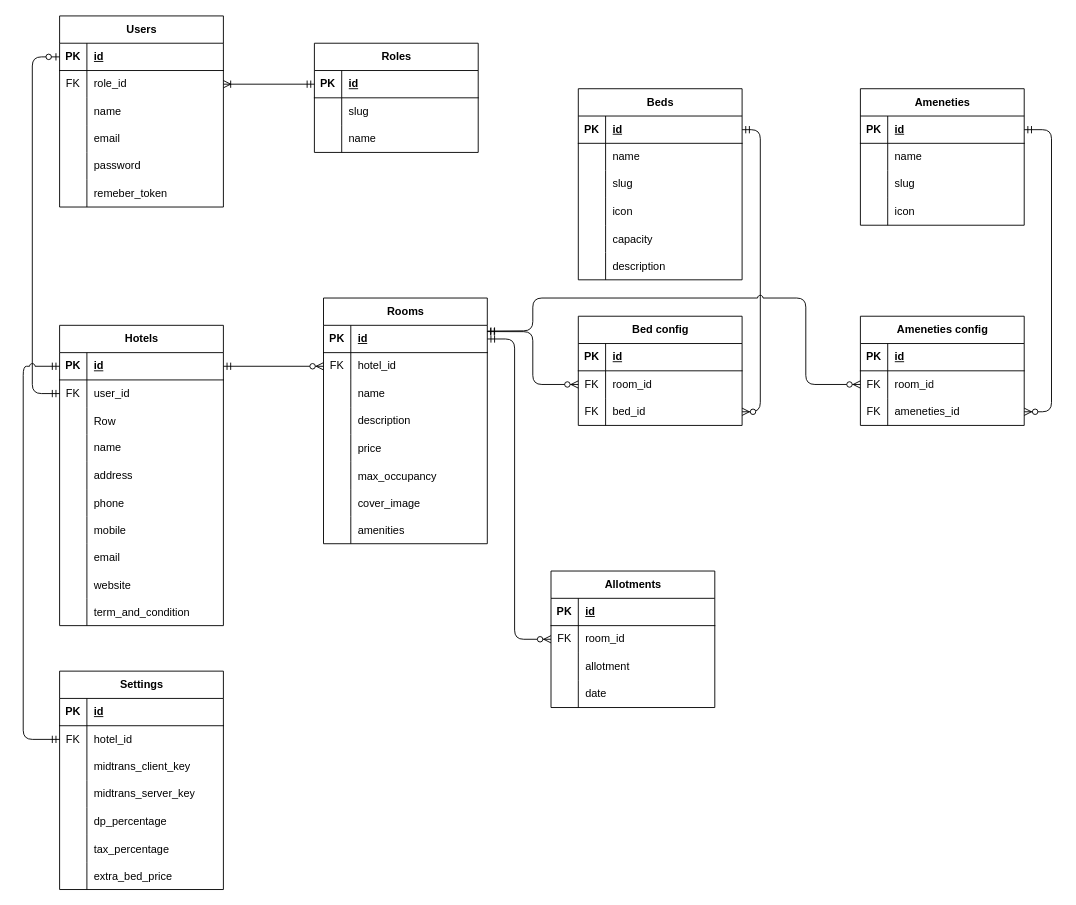
This is diagram.drawio from Hans-Star18/ta-booking-system, a draw.io file, before an edit. Source tidied: cells renumbered, new cells numbered last; positions are measured from the earlier drawing's top-left corner, leaving out a move shared by most shapes. Both pictures are drawn from the tidied source at 91%, with x=0, y=0 at pixel (23, 15).
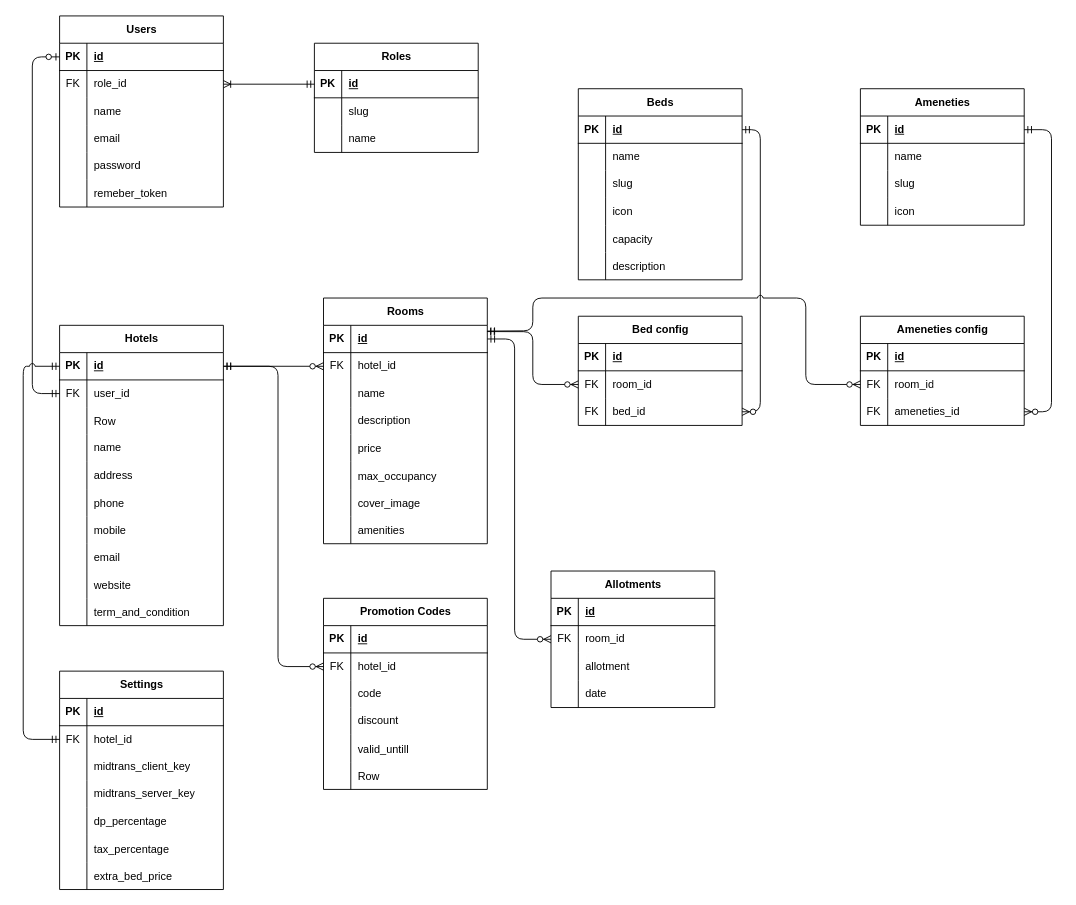
Above is the later version.

Unchanged cells that the change refers to:
```xml
<mxCell id="33" style="shape=tableRow;horizontal=0;startSize=0;swimlaneHead=0;swimlaneBody=0;fillColor=none;points=[[0,0.5],[1,0.5]];portConstraint=eastwest;top=0;left=0;right=0;bottom=1;" parent="32" vertex="1">
  <mxGeometry y="30" width="180" height="30" as="geometry" />
</mxCell>
```

What changed in the source:
```diff
@@
+    <mxCell id="183" value="Promotion Codes" style="shape=table;startSize=30;childLayout=tableLayout;rowLines=0;fontStyle=1;align=center;html=1;" parent="1" vertex="1">
+      <mxGeometry x="330" y="640" width="180" height="210" as="geometry" />
+    </mxCell>
+    <mxCell id="184" style="shape=tableRow;horizontal=0;startSize=0;swimlaneHead=0;swimlaneBody=0;fillColor=none;top=0;left=0;right=0;bottom=1;" parent="183" vertex="1">
+      <mxGeometry y="30" width="180" height="30" as="geometry" />
+    </mxCell>
+    <mxCell id="185" value="PK" style="shape=partialRectangle;fillColor=none;top=0;left=0;bottom=0;right=0;fontStyle=1;overflow=hidden;whiteSpace=wrap;html=1;" parent="184" vertex="1">
+      <mxGeometry width="30" height="30" as="geometry" />
+    </mxCell>
+    <mxCell id="186" value="id" style="shape=partialRectangle;fillColor=none;top=0;left=0;bottom=0;right=0;align=left;spacingLeft=6;fontStyle=5;overflow=hidden;whiteSpace=wrap;html=1;" parent="184" vertex="1">
+      <mxGeometry x="30" width="150" height="30" as="geometry" />
+    </mxCell>
+    <mxCell id="187" style="shape=tableRow;horizontal=0;startSize=0;swimlaneHead=0;swimlaneBody=0;fillColor=none;points=[[0,0.5],[1,0.5]];portConstraint=eastwest;top=0;left=0;right=0;bottom=0;" parent="183" vertex="1">
+      <mxGeometry y="60" width="180" height="30" as="geometry" />
+    </mxCell>
+    <mxCell id="188" value="FK" style="shape=partialRectangle;fillColor=none;top=0;left=0;bottom=0;right=0;overflow=hidden;whiteSpace=wrap;html=1;" parent="187" vertex="1">
+      <mxGeometry width="30" height="30" as="geometry" />
+    </mxCell>
+    <mxCell id="189" value="hotel_id" style="shape=partialRectangle;fillColor=none;top=0;left=0;bottom=0;right=0;align=left;spacingLeft=6;overflow=hidden;whiteSpace=wrap;html=1;" parent="187" vertex="1">
+      <mxGeometry x="30" width="150" height="30" as="geometry" />
+    </mxCell>
+    <mxCell id="190" style="shape=tableRow;horizontal=0;startSize=0;swimlaneHead=0;swimlaneBody=0;fillColor=none;top=0;left=0;right=0;bottom=0;" parent="183" vertex="1">
+      <mxGeometry y="90" width="180" height="30" as="geometry" />
+    </mxCell>
+    <mxCell id="191" style="shape=partialRectangle;fillColor=none;top=0;left=0;bottom=0;right=0;overflow=hidden;whiteSpace=wrap;html=1;" parent="190" vertex="1">
+      <mxGeometry width="30" height="30" as="geometry" />
+    </mxCell>
+    <mxCell id="192" value="code" style="shape=partialRectangle;fillColor=none;top=0;left=0;bottom=0;right=0;align=left;spacingLeft=6;overflow=hidden;whiteSpace=wrap;html=1;" parent="190" vertex="1">
+      <mxGeometry x="30" width="150" height="30" as="geometry" />
+    </mxCell>
+    <mxCell id="193" style="shape=tableRow;horizontal=0;startSize=0;swimlaneHead=0;swimlaneBody=0;fillColor=none;top=0;left=0;right=0;bottom=0;" parent="183" vertex="1">
+      <mxGeometry y="120" width="180" height="30" as="geometry" />
+    </mxCell>
+    <mxCell id="194" style="shape=partialRectangle;fillColor=none;top=0;left=0;bottom=0;right=0;overflow=hidden;whiteSpace=wrap;html=1;" parent="193" vertex="1">
+      <mxGeometry width="30" height="30" as="geometry" />
+    </mxCell>
+    <mxCell id="195" value="discount" style="shape=partialRectangle;fillColor=none;top=0;left=0;bottom=0;right=0;align=left;spacingLeft=6;overflow=hidden;whiteSpace=wrap;html=1;" parent="193" vertex="1">
+      <mxGeometry x="30" width="150" height="30" as="geometry" />
+    </mxCell>
+    <mxCell id="196" style="shape=tableRow;horizontal=0;startSize=0;swimlaneHead=0;swimlaneBody=0;fillColor=none;top=0;left=0;right=0;bottom=0;" parent="183" vertex="1">
+      <mxGeometry y="150" width="180" height="30" as="geometry" />
+    </mxCell>
+    <mxCell id="197" style="shape=partialRectangle;fillColor=none;top=0;left=0;bottom=0;right=0;overflow=hidden;" parent="196" vertex="1">
+      <mxGeometry width="30" height="30" as="geometry" />
+    </mxCell>
+    <mxCell id="198" value="valid_untill" style="shape=partialRectangle;fillColor=none;top=0;left=0;bottom=0;right=0;align=left;spacingLeft=6;overflow=hidden;" parent="196" vertex="1">
+      <mxGeometry x="30" width="150" height="30" as="geometry" />
+    </mxCell>
+    <mxCell id="199" style="shape=tableRow;horizontal=0;startSize=0;swimlaneHead=0;swimlaneBody=0;fillColor=none;top=0;left=0;right=0;bottom=0;" parent="183" vertex="1">
+      <mxGeometry y="180" width="180" height="30" as="geometry" />
+    </mxCell>
+    <mxCell id="200" style="shape=partialRectangle;fillColor=none;top=0;left=0;bottom=0;right=0;overflow=hidden;" parent="199" vertex="1">
+      <mxGeometry width="30" height="30" as="geometry" />
+    </mxCell>
+    <mxCell id="201" value="Row" style="shape=partialRectangle;fillColor=none;top=0;left=0;bottom=0;right=0;align=left;spacingLeft=6;overflow=hidden;" parent="199" vertex="1">
+      <mxGeometry x="30" width="150" height="30" as="geometry" />
+    </mxCell>
+    <mxCell id="202" style="fontSize=12;html=1;endArrow=ERzeroToMany;startArrow=ERmandOne;entryX=0;entryY=0.5;entryDx=0;entryDy=0;exitX=1;exitY=0.5;exitDx=0;exitDy=0;jumpStyle=arc;" parent="1" edge="1" source="33" target="187">
+      <mxGeometry relative="1" as="geometry">
+        <Array as="points">
+          <mxPoint x="280" y="385" />
+          <mxPoint x="280" y="715" />
+        </Array>
+      </mxGeometry>
+    </mxCell>
```
